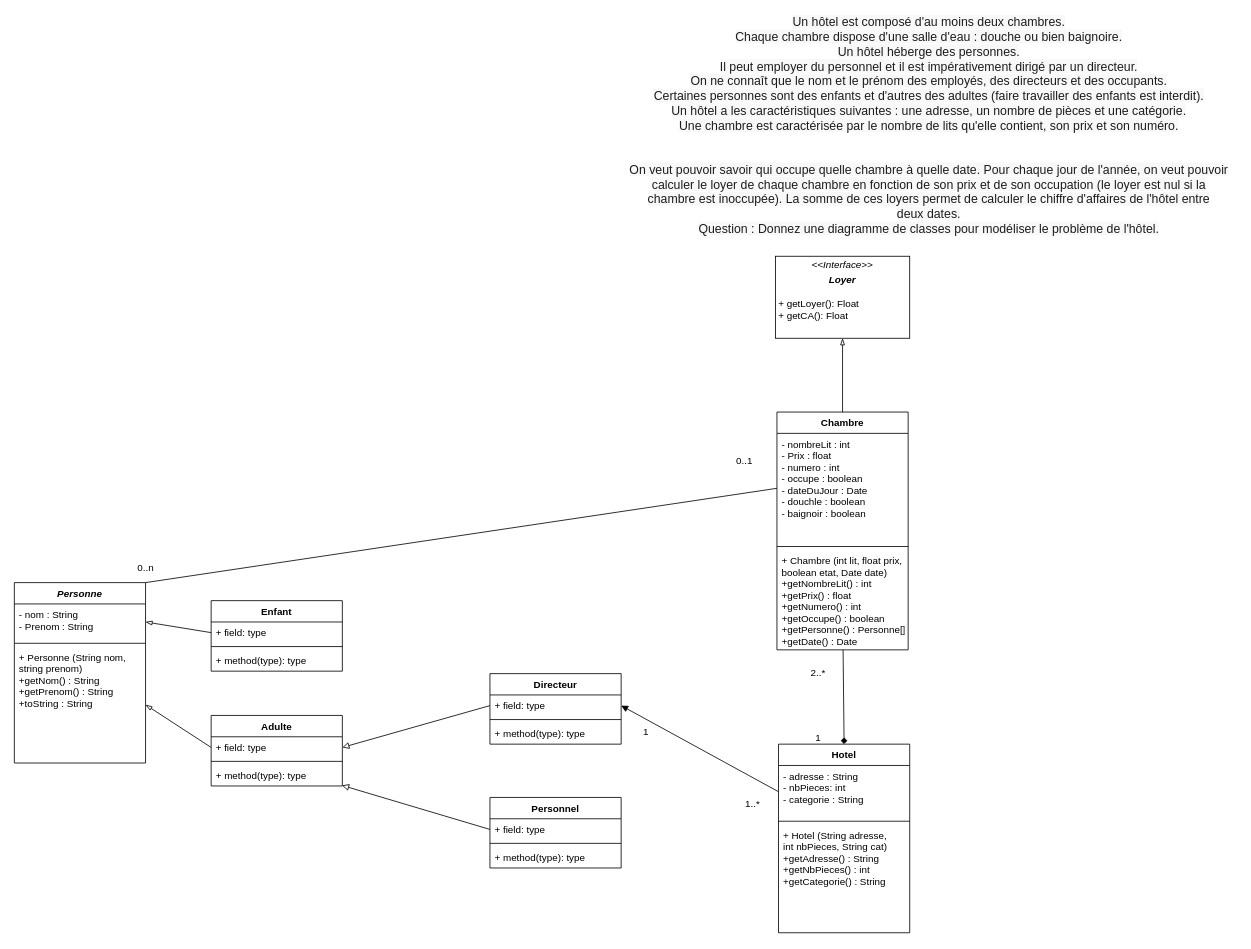
Above: exo10-ilot4.drawio in valentin-cochin/cda-uml-exos (draw.io), before the change. Source tidied: cells renumbered, new cells numbered last; positions are measured from the earlier drawing's top-left corner, leaving out a move shared by most shapes. Both pictures are drawn from the tidied source at 82%, with x=0, y=0 at pixel (14, 30).
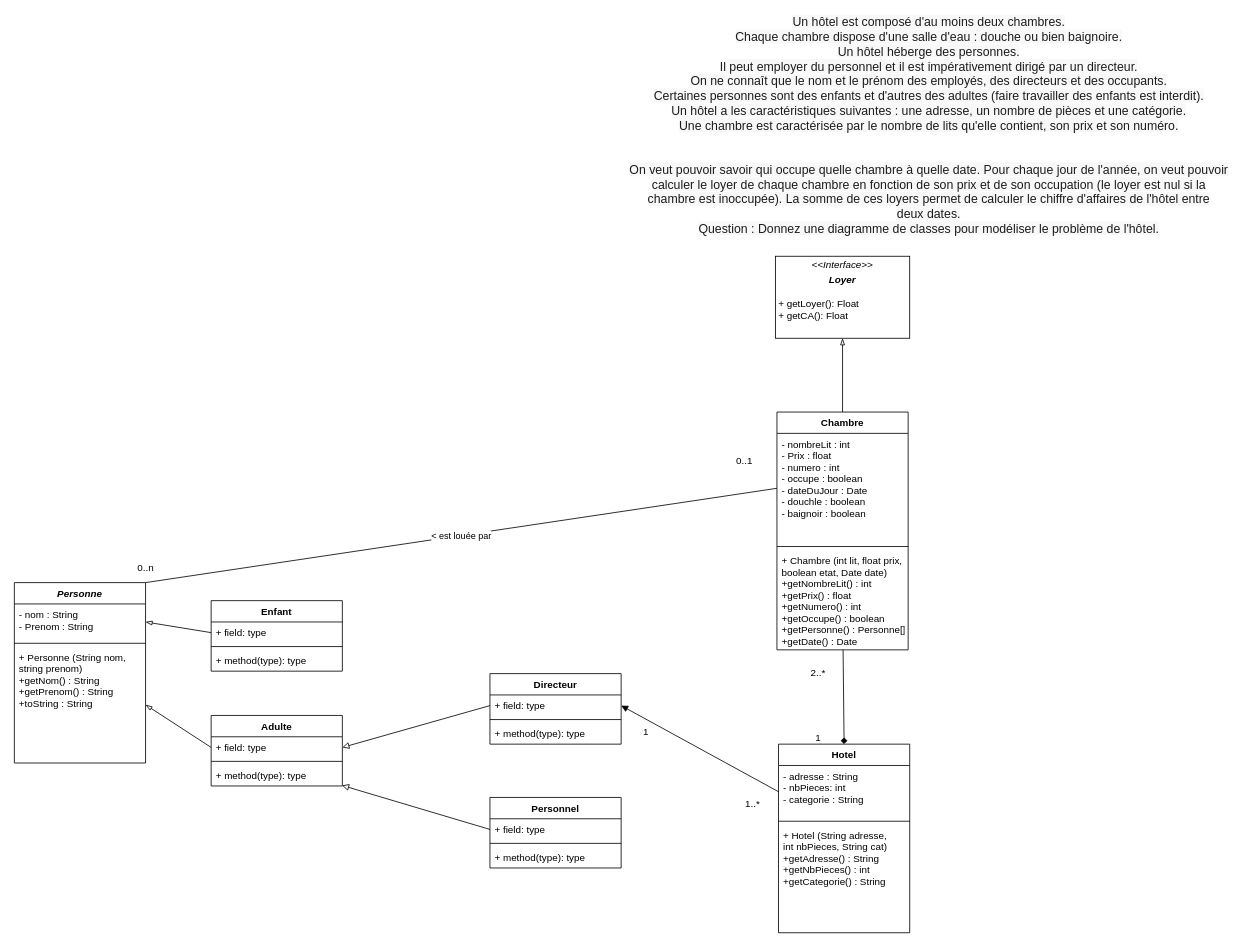
The same diagram, later.

Unchanged cells that the change refers to:
```xml
<mxCell id="8" value="- nombreLit : int&#10;- Prix : float&#10;- numero : int&#10;- occupe : boolean&#10;- dateDuJour : Date&#10;- douchle : boolean&#10;- baignoir : boolean" style="text;strokeColor=none;fillColor=none;align=left;verticalAlign=top;spacingLeft=4;spacingRight=4;overflow=hidden;points=[[0,0.5],[1,0.5]];portConstraint=eastwest;" parent="7" vertex="1">
  <mxGeometry y="26" width="160" height="134" as="geometry" />
</mxCell>
<mxCell id="11" value="Personne" style="swimlane;fontStyle=3;align=center;verticalAlign=top;horizontal=1;startSize=26;" parent="1" vertex="1">
  <mxGeometry y="673" width="160" height="220" as="geometry" />
</mxCell>
```

What changed in the source:
```diff
@@
-    <mxCell id="43" style="endArrow=none;html=1;entryX=0;entryY=0.5;entryDx=0;entryDy=0;exitX=1;exitY=0;exitDx=0;exitDy=0;" parent="1" edge="1" source="11" target="8">
+    <mxCell id="43" value="&amp;lt; est louée par" style="endArrow=none;html=1;entryX=0;entryY=0.5;entryDx=0;entryDy=0;exitX=1;exitY=0;exitDx=0;exitDy=0;" parent="1" edge="1" source="11" target="8">
       <mxGeometry relative="1" as="geometry" />
     </mxCell>
```
